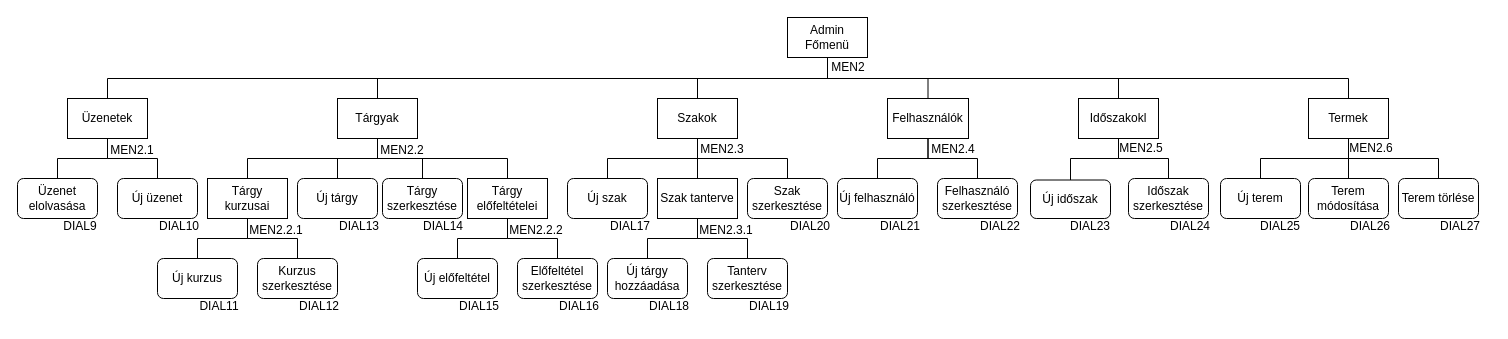
This is ssadm/Menütervek/admin_menuterv.drawio from SzoDavid/murica, a draw.io file, before an edit. Source tidied: cells renumbered, new cells numbered last; positions are measured from the earlier drawing's top-left corner, leaving out a move shared by most shapes. Both pictures are drawn from the tidied source at 100%, with x=0, y=0 at pixel (17, 17).
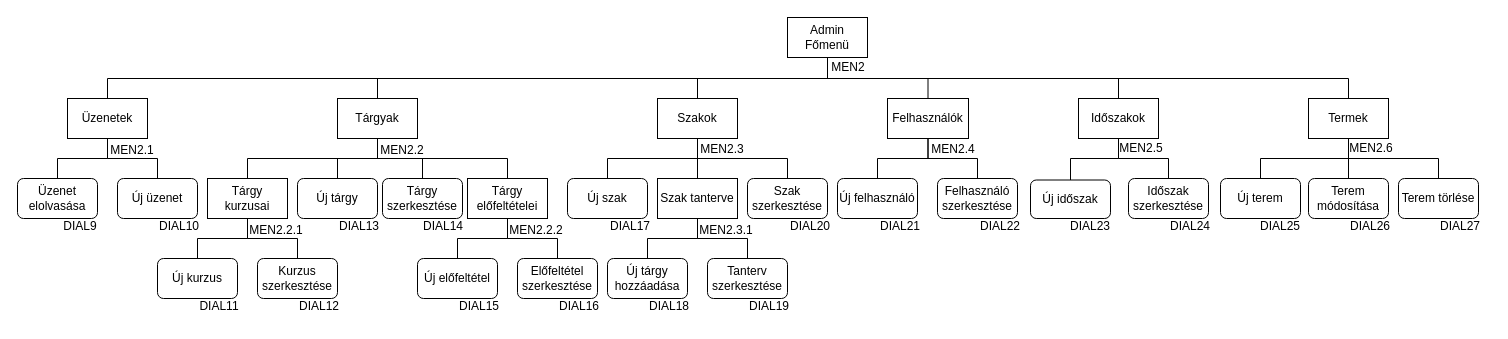
After the change.

Diff of the diagram source:
```diff
@@
-    <mxCell id="68" value="Időszakokl" style="rounded=0;whiteSpace=wrap;html=1;" parent="1" vertex="1">
+    <mxCell id="68" value="Időszakok" style="rounded=0;whiteSpace=wrap;html=1;" parent="1" vertex="1">
       <mxGeometry x="1061" y="81" width="80" height="40" as="geometry" />
     </mxCell>
```
